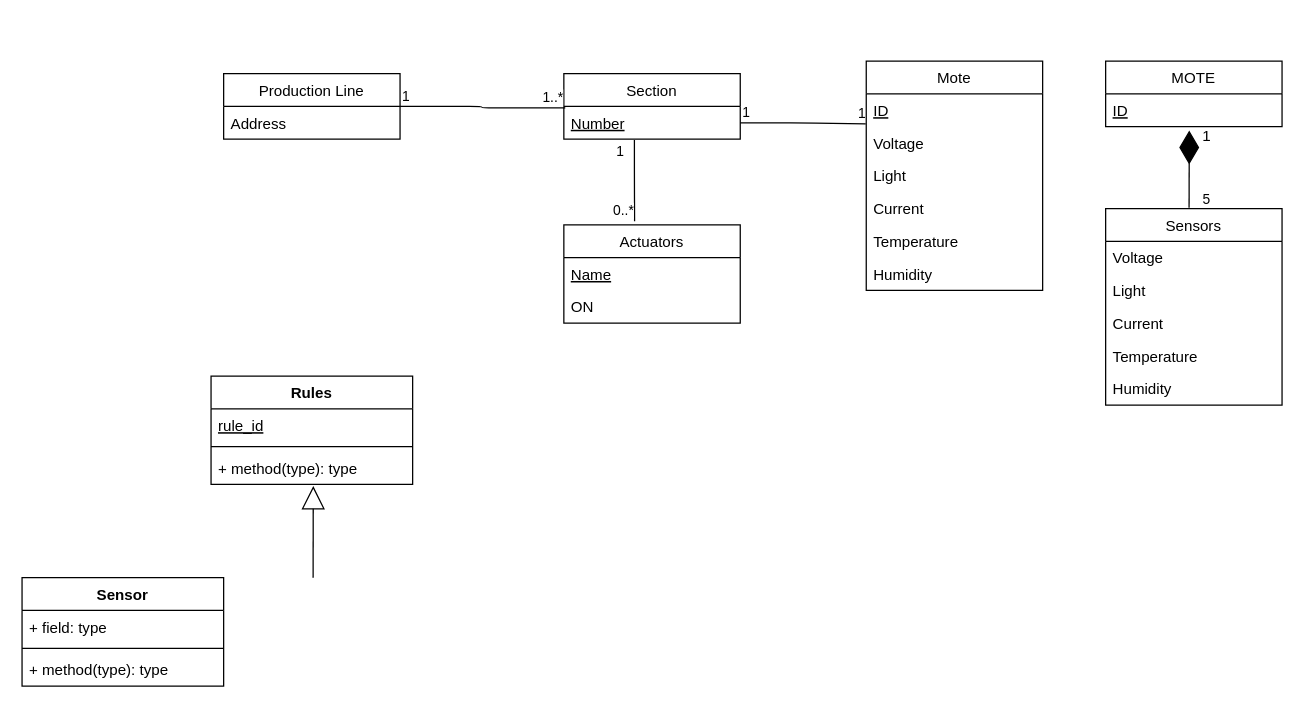
Automation-yatata/Industry4.0-PizzaPlace keeps this draw.io diagram as squematics/DB.drawio. Above is the earlier version. Source tidied: cells renumbered, new cells numbered last; positions are measured from the earlier drawing's top-left corner, leaving out a move shared by most shapes. Both pictures are drawn from the tidied source at 126%, with x=0, y=0 at pixel (21, 60).
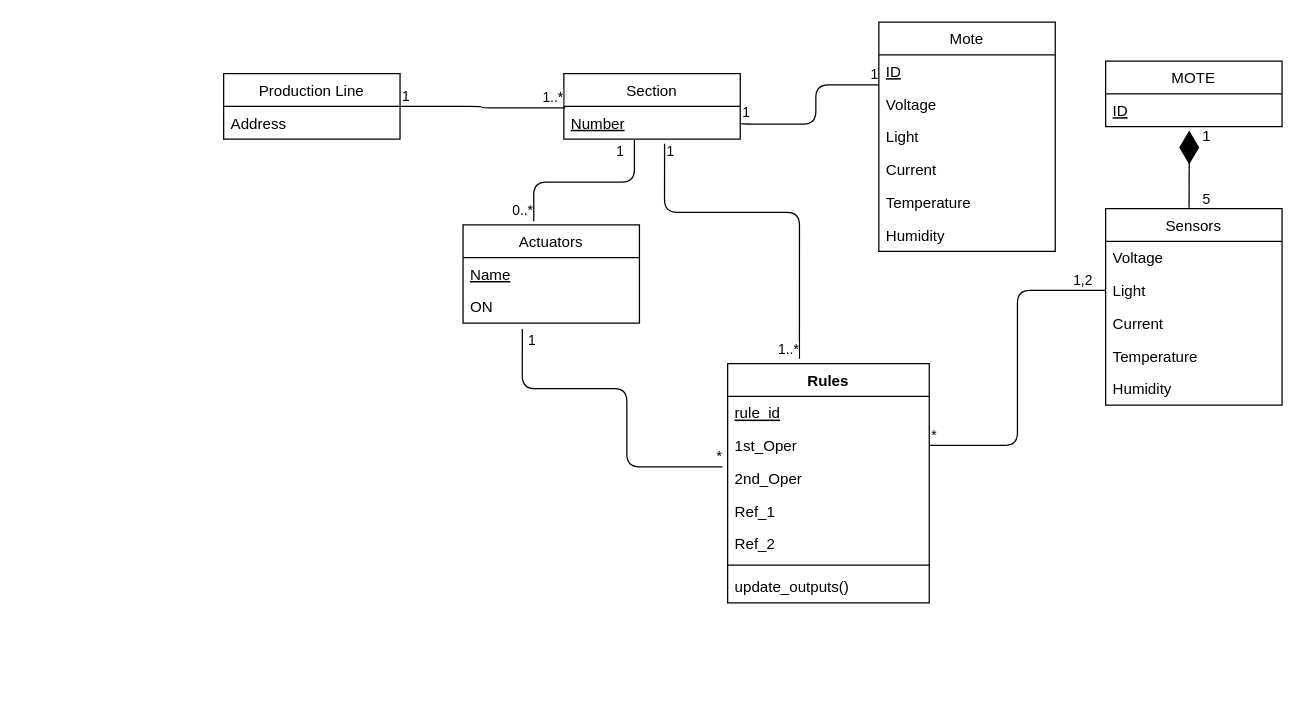
Above is the later version.

Unchanged cells that the change refers to:
```xml
<mxCell id="3" value="Number" style="text;strokeColor=none;fillColor=none;align=left;verticalAlign=top;spacingLeft=4;spacingRight=4;overflow=hidden;points=[[0,0.5],[1,0.5]];portConstraint=eastwest;fontStyle=4;" parent="2" vertex="1">
  <mxGeometry y="26" width="140" height="26" as="geometry" />
</mxCell>
<mxCell id="8" value="ID" style="text;strokeColor=none;fillColor=none;align=left;verticalAlign=top;spacingLeft=4;spacingRight=4;overflow=hidden;points=[[0,0.5],[1,0.5]];portConstraint=eastwest;fontStyle=4;" parent="7" vertex="1">
  <mxGeometry y="26" width="140" height="26" as="geometry" />
</mxCell>
<mxCell id="16" value="ON" style="text;strokeColor=none;fillColor=none;align=left;verticalAlign=top;spacingLeft=4;spacingRight=4;overflow=hidden;points=[[0,0.5],[1,0.5]];portConstraint=eastwest;" parent="14" vertex="1">
  <mxGeometry y="52" width="140" height="26" as="geometry" />
</mxCell>
<mxCell id="25" value="Light" style="text;strokeColor=none;fillColor=none;align=left;verticalAlign=top;spacingLeft=4;spacingRight=4;overflow=hidden;points=[[0,0.5],[1,0.5]];portConstraint=eastwest;" parent="23" vertex="1">
  <mxGeometry y="52" width="140" height="26" as="geometry" />
</mxCell>
```

Change to the diagram source:
```diff
@@
     <mxCell id="4" style="endArrow=none;html=1;edgeStyle=orthogonalEdgeStyle;exitX=1;exitY=0.5;exitDx=0;exitDy=0;entryX=-0.003;entryY=0.918;entryDx=0;entryDy=0;entryPerimeter=0;" parent="1" edge="1" source="3" target="8">
       <mxGeometry relative="1" as="geometry">
         <Array as="points">
-          <mxPoint x="620" y="49" />
+          <mxPoint x="630" y="50" />
         </Array>
       </mxGeometry>
     </mxCell>
@@
     <mxCell id="7" value="Mote" style="swimlane;fontStyle=0;horizontal=1;startSize=26;fillColor=none;" parent="1" vertex="1">
-      <mxGeometry x="670" width="140" height="182" as="geometry" />
+      <mxGeometry x="680" y="-31" width="140" height="182" as="geometry" />
     </mxCell>
@@
     <mxCell id="14" value="Actuators" style="swimlane;fontStyle=0;horizontal=1;startSize=26;fillColor=none;" parent="1" vertex="1">
-      <mxGeometry x="430" y="130" width="140" height="78" as="geometry" />
+      <mxGeometry x="350" y="130" width="140" height="78" as="geometry" />
     </mxCell>
@@
     <mxCell id="35" value="Rules" style="swimlane;fontStyle=1;align=center;verticalAlign=top;horizontal=1;startSize=26;" parent="1" vertex="1">
-      <mxGeometry x="150" y="250" width="160" height="86" as="geometry" />
+      <mxGeometry x="560" y="240" width="160" height="190" as="geometry" />
     </mxCell>
@@
+    <mxCell id="44" value="1st_Oper" style="text;strokeColor=none;fillColor=none;align=left;verticalAlign=top;spacingLeft=4;spacingRight=4;overflow=hidden;points=[[0,0.5],[1,0.5]];portConstraint=eastwest;" parent="35" vertex="1">
+      <mxGeometry y="52" width="160" height="26" as="geometry" />
+    </mxCell>
+    <mxCell id="45" value="2nd_Oper" style="text;strokeColor=none;fillColor=none;align=left;verticalAlign=top;spacingLeft=4;spacingRight=4;overflow=hidden;points=[[0,0.5],[1,0.5]];portConstraint=eastwest;" parent="35" vertex="1">
+      <mxGeometry y="78" width="160" height="26" as="geometry" />
+    </mxCell>
+    <mxCell id="46" value="Ref_1" style="text;strokeColor=none;fillColor=none;align=left;verticalAlign=top;spacingLeft=4;spacingRight=4;overflow=hidden;" parent="35" vertex="1">
+      <mxGeometry y="104" width="160" height="26" as="geometry" />
+    </mxCell>
+    <mxCell id="47" value="Ref_2" style="text;strokeColor=none;fillColor=none;align=left;verticalAlign=top;spacingLeft=4;spacingRight=4;overflow=hidden;" parent="35" vertex="1">
+      <mxGeometry y="130" width="160" height="26" as="geometry" />
+    </mxCell>
     <mxCell id="37" style="line;strokeWidth=1;fillColor=none;align=left;verticalAlign=middle;spacingTop=-1;spacingLeft=3;spacingRight=3;labelPosition=right;" parent="35" vertex="1">
-      <mxGeometry y="52" width="160" height="8" as="geometry" />
+      <mxGeometry y="156" width="160" height="8" as="geometry" />
     </mxCell>
-    <mxCell id="38" value="+ method(type): type" style="text;strokeColor=none;fillColor=none;align=left;verticalAlign=top;spacingLeft=4;spacingRight=4;overflow=hidden;points=[[0,0.5],[1,0.5]];portConstraint=eastwest;" parent="35" vertex="1">
-      <mxGeometry y="60" width="160" height="26" as="geometry" />
+    <mxCell id="38" value="update_outputs()" style="text;strokeColor=none;fillColor=none;align=left;verticalAlign=top;spacingLeft=4;spacingRight=4;overflow=hidden;points=[[0,0.5],[1,0.5]];portConstraint=eastwest;" parent="35" vertex="1">
+      <mxGeometry y="164" width="160" height="26" as="geometry" />
     </mxCell>
-    <mxCell id="39" style="endArrow=block;endSize=16;endFill=0;html=1;entryX=0.507;entryY=1.045;entryDx=0;entryDy=0;entryPerimeter=0;" parent="1" edge="1" target="38">
-      <mxGeometry relative="1" as="geometry">
-        <mxPoint x="231" y="410" as="sourcePoint" />
-      </mxGeometry>
-    </mxCell>
-    <mxCell id="40" value="Sensor" style="swimlane;fontStyle=1;align=center;verticalAlign=top;horizontal=1;startSize=26;" parent="1" vertex="1">
-      <mxGeometry y="410" width="160" height="86" as="geometry" />
-    </mxCell>
-    <mxCell id="41" value="+ field: type" style="text;strokeColor=none;fillColor=none;align=left;verticalAlign=top;spacingLeft=4;spacingRight=4;overflow=hidden;" parent="40" vertex="1">
-      <mxGeometry y="26" width="160" height="26" as="geometry" />
-    </mxCell>
-    <mxCell id="42" style="line;strokeWidth=1;fillColor=none;align=left;verticalAlign=middle;spacingTop=-1;spacingLeft=3;spacingRight=3;labelPosition=right;" parent="40" vertex="1">
-      <mxGeometry y="52" width="160" height="8" as="geometry" />
-    </mxCell>
-    <mxCell id="43" value="+ method(type): type" style="text;strokeColor=none;fillColor=none;align=left;verticalAlign=top;spacingLeft=4;spacingRight=4;overflow=hidden;" parent="40" vertex="1">
-      <mxGeometry y="60" width="160" height="26" as="geometry" />
-    </mxCell>
+    <mxCell id="48" style="endArrow=none;html=1;edgeStyle=orthogonalEdgeStyle;entryX=0.356;entryY=-0.02;entryDx=0;entryDy=0;entryPerimeter=0;exitX=0.571;exitY=1.14;exitDx=0;exitDy=0;exitPerimeter=0;" parent="1" edge="1" source="3" target="35">
+      <mxGeometry relative="1" as="geometry">
+        <Array as="points">
+          <mxPoint x="510" y="120" />
+          <mxPoint x="617" y="120" />
+        </Array>
+      </mxGeometry>
+    </mxCell>
+    <mxCell id="49" value="1" style="edgeLabel;html=1;align=left;verticalAlign=bottom;" parent="48" vertex="1">
+      <mxGeometry x="-1" relative="1" as="geometry">
+        <mxPoint y="14" as="offset" />
+      </mxGeometry>
+    </mxCell>
+    <mxCell id="50" value="1..*" style="edgeLabel;html=1;align=right;verticalAlign=bottom;" parent="48" vertex="1">
+      <mxGeometry x="1" relative="1" as="geometry" />
+    </mxCell>
+    <mxCell id="51" style="endArrow=none;html=1;edgeStyle=orthogonalEdgeStyle;entryX=-0.026;entryY=0.158;entryDx=0;entryDy=0;entryPerimeter=0;exitX=0.336;exitY=1.181;exitDx=0;exitDy=0;exitPerimeter=0;" parent="1" edge="1" source="16" target="45">
+      <mxGeometry relative="1" as="geometry">
+        <Array as="points">
+          <mxPoint x="397" y="260" />
+          <mxPoint x="480" y="260" />
+          <mxPoint x="480" y="322" />
+        </Array>
+      </mxGeometry>
+    </mxCell>
+    <mxCell id="52" value="1" style="edgeLabel;html=1;align=left;verticalAlign=bottom;" parent="51" vertex="1">
+      <mxGeometry x="-1" relative="1" as="geometry">
+        <mxPoint x="3" y="17" as="offset" />
+      </mxGeometry>
+    </mxCell>
+    <mxCell id="53" value="*" style="edgeLabel;html=1;align=right;verticalAlign=bottom;" parent="51" vertex="1">
+      <mxGeometry x="1" relative="1" as="geometry" />
+    </mxCell>
+    <mxCell id="54" style="endArrow=none;html=1;edgeStyle=orthogonalEdgeStyle;entryX=0;entryY=0.5;entryDx=0;entryDy=0;exitX=1;exitY=0.5;exitDx=0;exitDy=0;" parent="1" edge="1" source="44" target="25">
+      <mxGeometry relative="1" as="geometry" />
+    </mxCell>
+    <mxCell id="55" value="*" style="edgeLabel;html=1;align=left;verticalAlign=bottom;" parent="54" vertex="1">
+      <mxGeometry x="-1" relative="1" as="geometry" />
+    </mxCell>
+    <mxCell id="56" value="1,2" style="edgeLabel;html=1;align=right;verticalAlign=bottom;" parent="54" vertex="1">
+      <mxGeometry x="1" relative="1" as="geometry">
+        <mxPoint x="-10" as="offset" />
+      </mxGeometry>
+    </mxCell>
```
